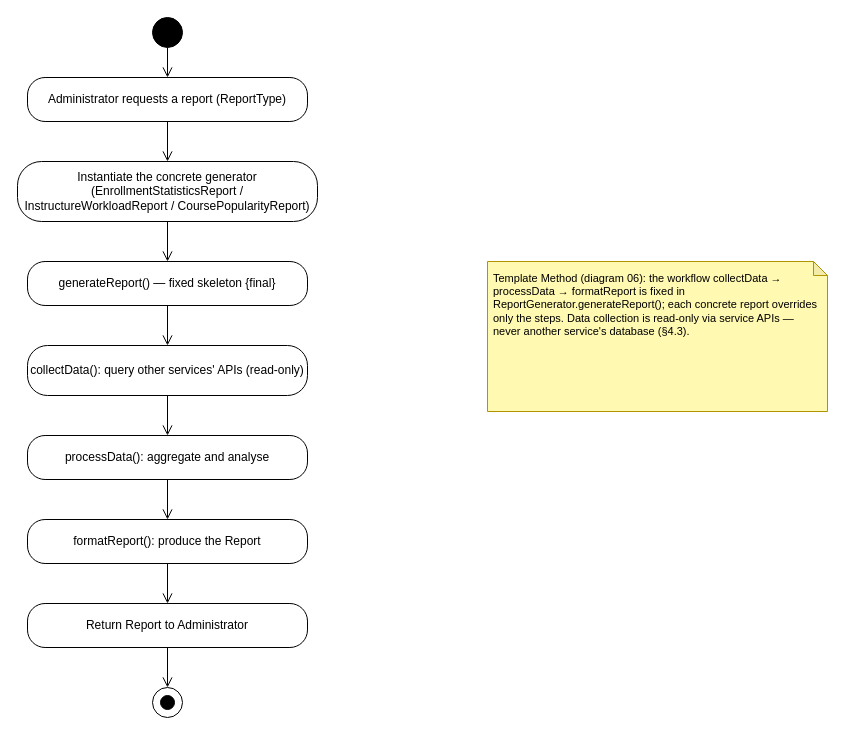
Tharusha-dev/soft_architect_redda keeps this draw.io diagram as Diagrams/Activity_diagrams/act-8-reporting.drawio. Above is the earlier version. Source tidied: cells renumbered, new cells numbered last; positions are measured from the earlier drawing's top-left corner, leaving out a move shared by most shapes. Both pictures are drawn from the tidied source at 100%, with x=0, y=0 at pixel (17, 17).
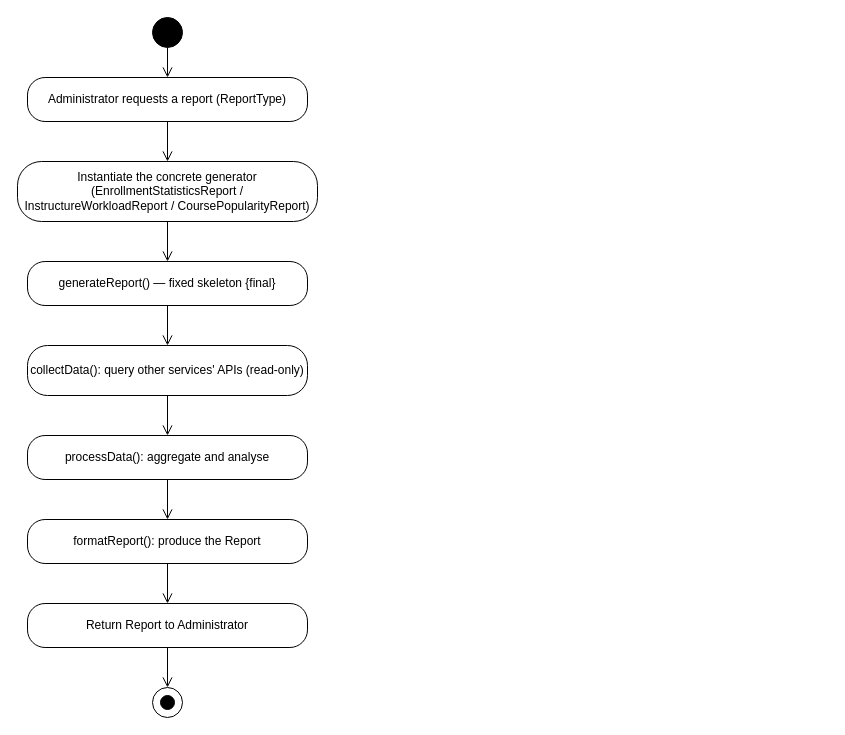
The same page after the edit.

Change to the diagram source:
```diff
@@
-    <mxCell id="12" value="Template Method (diagram 06): the workflow collectData → processData → formatReport is fixed in ReportGenerator.generateReport(); each concrete report overrides only the steps. Data collection is read-only via service APIs — never another service's database (§4.3)." style="shape=note;whiteSpace=wrap;html=1;backgroundOutline=1;darkOpacity=0.05;fillColor=#FFF9B2;strokeColor=#B09500;size=14;align=left;verticalAlign=top;spacing=6;fontSize=11;" parent="1" vertex="1">
-      <mxGeometry x="470" y="244" width="340" height="150" as="geometry" />
-    </mxCell>
```
